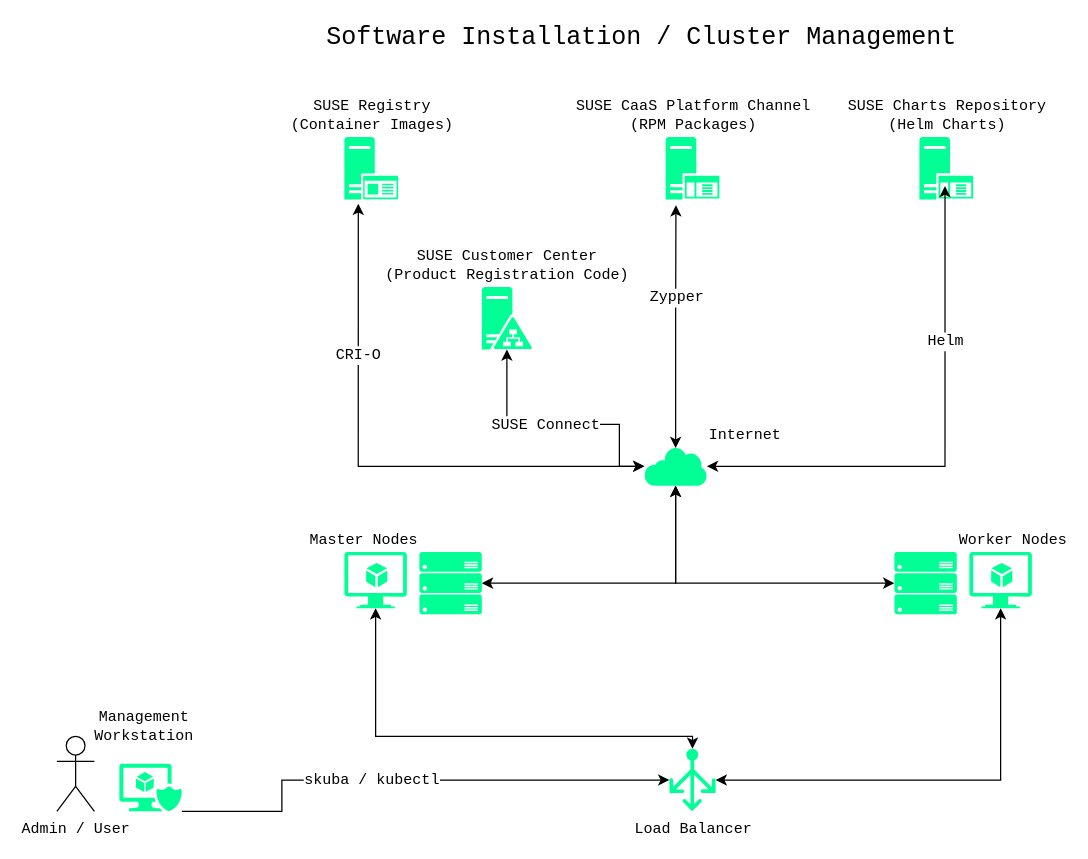
Above: adoc/images/src/caasp_cluster_software.drawio in SUSE/doc-caasp (draw.io), before the change. Source tidied: cells renumbered, new cells numbered last; positions are measured from the earlier drawing's top-left corner, leaving out a move shared by most shapes. Both pictures are drawn from the tidied source at 125%, with x=0, y=0 at pixel (56, 24).
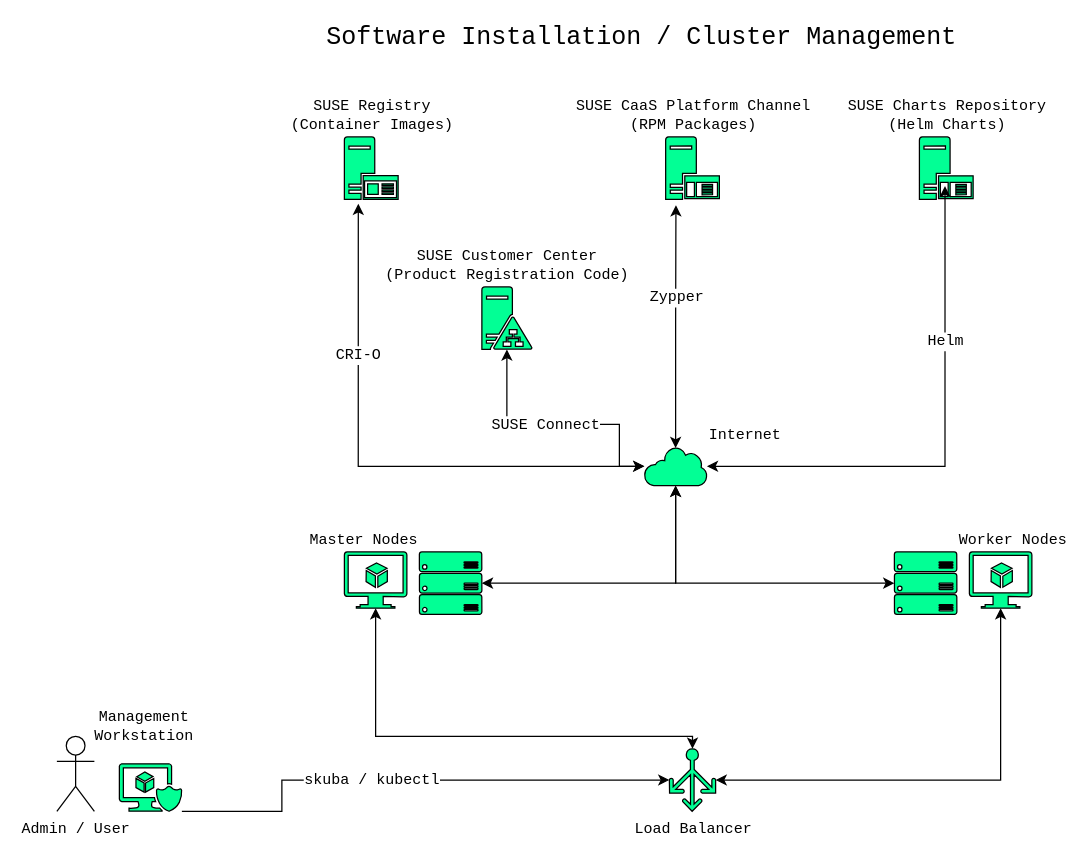
After the change.

Commit message (it also covers changes not shown here):
Update diagrams with icon outlines, incorporate first round of comments

Diff of the diagram source:
```diff
@@
-    <mxCell id="2" value="SUSE Registry&lt;br&gt;&lt;div&gt;(Container Images)&lt;/div&gt;" style="shadow=0;dashed=0;html=1;strokeColor=none;labelPosition=center;verticalLabelPosition=top;verticalAlign=bottom;align=center;fillColor=#02ff95;shape=mxgraph.mscae.enterprise.application_server2;fontFamily=Courier New;" parent="1" vertex="1">
+    <mxCell id="2" value="SUSE Registry&lt;br&gt;&lt;div&gt;(Container Images)&lt;/div&gt;" style="shadow=0;dashed=0;html=1;strokeColor=#000000;labelPosition=center;verticalLabelPosition=top;verticalAlign=bottom;align=center;fillColor=#02ff95;shape=mxgraph.mscae.enterprise.application_server2;fontFamily=Courier New;" parent="1" vertex="1">
       <mxGeometry x="230" y="90" width="43" height="50" as="geometry" />
     </mxCell>
-    <mxCell id="3" value="SUSE Charts Repository&lt;br&gt;(Helm Charts)" style="shadow=0;dashed=0;html=1;strokeColor=none;labelPosition=center;verticalLabelPosition=top;verticalAlign=bottom;align=center;fillColor=#02ff95;shape=mxgraph.mscae.enterprise.application_server;fontFamily=Courier New;" parent="1" vertex="1">
+    <mxCell id="3" value="SUSE Charts Repository&lt;br&gt;(Helm Charts)" style="shadow=0;dashed=0;html=1;strokeColor=#000000;labelPosition=center;verticalLabelPosition=top;verticalAlign=bottom;align=center;fillColor=#02ff95;shape=mxgraph.mscae.enterprise.application_server;fontFamily=Courier New;" parent="1" vertex="1">
       <mxGeometry x="690" y="90" width="43" height="50" as="geometry" />
     </mxCell>
@@
-    <mxCell id="6" value="&lt;span style=&quot;background-color: rgb(255 , 255 , 255)&quot;&gt;Load Balancer&lt;/span&gt;" style="shadow=0;dashed=0;html=1;strokeColor=none;labelPosition=center;verticalLabelPosition=bottom;verticalAlign=top;align=center;fillColor=#02ff95;shape=mxgraph.azure.load_balancer_generic;rotation=0;fontFamily=Courier New;" parent="1" vertex="1">
+    <mxCell id="6" value="&lt;span style=&quot;background-color: rgb(255 , 255 , 255)&quot;&gt;Load Balancer&lt;/span&gt;" style="shadow=0;dashed=0;html=1;strokeColor=#000000;labelPosition=center;verticalLabelPosition=bottom;verticalAlign=top;align=center;fillColor=#02ff95;shape=mxgraph.azure.load_balancer_generic;rotation=0;fontFamily=Courier New;" parent="1" vertex="1">
       <mxGeometry x="490" y="579.5" width="37" height="50" as="geometry" />
     </mxCell>
@@
-    <mxCell id="8" value="Worker Nodes" style="shadow=0;dashed=0;html=1;strokeColor=none;labelPosition=right;verticalLabelPosition=top;verticalAlign=bottom;align=left;fillColor=#02ff95;shape=mxgraph.azure.server_rack;fontFamily=Courier New;" parent="1" vertex="1">
+    <mxCell id="8" value="Worker Nodes" style="shadow=0;dashed=0;html=1;strokeColor=#000000;labelPosition=right;verticalLabelPosition=top;verticalAlign=bottom;align=left;fillColor=#02ff95;shape=mxgraph.azure.server_rack;fontFamily=Courier New;" parent="1" vertex="1">
       <mxGeometry x="670" y="422" width="50" height="50" as="geometry" />
     </mxCell>
-    <mxCell id="9" style="shadow=0;dashed=0;html=1;strokeColor=none;labelPosition=center;verticalLabelPosition=bottom;verticalAlign=top;align=center;fillColor=#02ff95;shape=mxgraph.azure.virtual_machine_feature;fontFamily=Courier New;" parent="1" vertex="1">
+    <mxCell id="9" style="shadow=0;dashed=0;html=1;strokeColor=#000000;labelPosition=center;verticalLabelPosition=bottom;verticalAlign=top;align=center;fillColor=#02ff95;shape=mxgraph.azure.virtual_machine_feature;fontFamily=Courier New;" parent="1" vertex="1">
       <mxGeometry x="730" y="422" width="50" height="45" as="geometry" />
     </mxCell>
-    <mxCell id="10" value="SUSE CaaS Platform Channel&lt;br&gt;(RPM Packages)" style="shadow=0;dashed=0;html=1;strokeColor=none;labelPosition=center;verticalLabelPosition=top;verticalAlign=bottom;align=center;fillColor=#02ff95;shape=mxgraph.mscae.enterprise.application_server;fontFamily=Courier New;" parent="1" vertex="1">
+    <mxCell id="10" value="SUSE CaaS Platform Channel&lt;br&gt;(RPM Packages)" style="shadow=0;dashed=0;html=1;strokeColor=#000000;labelPosition=center;verticalLabelPosition=top;verticalAlign=bottom;align=center;fillColor=#02ff95;shape=mxgraph.mscae.enterprise.application_server;fontFamily=Courier New;" parent="1" vertex="1">
       <mxGeometry x="487" y="90" width="43" height="50" as="geometry" />
     </mxCell>
@@
-    <mxCell id="12" value="Master Nodes" style="shadow=0;dashed=0;html=1;strokeColor=none;labelPosition=left;verticalLabelPosition=top;verticalAlign=bottom;align=right;fillColor=#02ff95;shape=mxgraph.azure.server_rack;fontFamily=Courier New;" parent="1" vertex="1">
+    <mxCell id="12" value="Master Nodes" style="shadow=0;dashed=0;html=1;strokeColor=#000000;labelPosition=left;verticalLabelPosition=top;verticalAlign=bottom;align=right;fillColor=#02ff95;shape=mxgraph.azure.server_rack;fontFamily=Courier New;" parent="1" vertex="1">
       <mxGeometry x="290" y="422" width="50" height="50" as="geometry" />
     </mxCell>
@@
-    <mxCell id="15" style="shadow=0;dashed=0;html=1;strokeColor=none;labelPosition=center;verticalLabelPosition=bottom;verticalAlign=top;align=center;fillColor=#02ff95;shape=mxgraph.mscae.enterprise.secure_virtual_machine;fontFamily=Courier New;" parent="1" vertex="1">
+    <mxCell id="15" style="shadow=0;dashed=0;html=1;strokeColor=#000000;labelPosition=center;verticalLabelPosition=bottom;verticalAlign=top;align=center;fillColor=#02ff95;shape=mxgraph.mscae.enterprise.secure_virtual_machine;fontFamily=Courier New;" parent="1" vertex="1">
       <mxGeometry x="50" y="591.5" width="50" height="38" as="geometry" />
     </mxCell>
@@
-    <mxCell id="26" value="Internet" style="shadow=0;dashed=0;html=1;strokeColor=none;labelPosition=right;verticalLabelPosition=top;verticalAlign=bottom;align=left;fillColor=#02ff95;shape=mxgraph.mscae.enterprise.internet;fontFamily=Courier New;" parent="1" vertex="1">
+    <mxCell id="26" value="Internet" style="shadow=0;dashed=0;html=1;strokeColor=#000000;labelPosition=right;verticalLabelPosition=top;verticalAlign=bottom;align=left;fillColor=#02ff95;shape=mxgraph.mscae.enterprise.internet;fontFamily=Courier New;" parent="1" vertex="1">
       <mxGeometry x="470" y="338" width="50" height="31" as="geometry" />
     </mxCell>
-    <mxCell id="27" style="shadow=0;dashed=0;html=1;strokeColor=none;labelPosition=center;verticalLabelPosition=bottom;verticalAlign=top;align=center;fillColor=#02ff95;shape=mxgraph.azure.virtual_machine_feature;fontFamily=Courier New;" parent="1" vertex="1">
+    <mxCell id="27" style="shadow=0;dashed=0;html=1;strokeColor=#000000;labelPosition=center;verticalLabelPosition=bottom;verticalAlign=top;align=center;fillColor=#02ff95;shape=mxgraph.azure.virtual_machine_feature;fontFamily=Courier New;" parent="1" vertex="1">
       <mxGeometry x="230" y="422" width="50" height="45" as="geometry" />
     </mxCell>
@@
-    <mxCell id="29" value="SUSE Customer Center&lt;br&gt;(Product Registration Code)" style="shadow=0;dashed=0;html=1;strokeColor=none;labelPosition=center;verticalLabelPosition=top;verticalAlign=bottom;align=center;fillColor=#02ff95;shape=mxgraph.mscae.enterprise.ad_fs;fontFamily=Courier New;" parent="1" vertex="1">
+    <mxCell id="29" value="SUSE Customer Center&lt;br&gt;(Product Registration Code)" style="shadow=0;dashed=0;html=1;strokeColor=#000000;labelPosition=center;verticalLabelPosition=top;verticalAlign=bottom;align=center;fillColor=#02ff95;shape=mxgraph.mscae.enterprise.ad_fs;fontFamily=Courier New;" parent="1" vertex="1">
       <mxGeometry x="340" y="210" width="40" height="50" as="geometry" />
     </mxCell>
```
